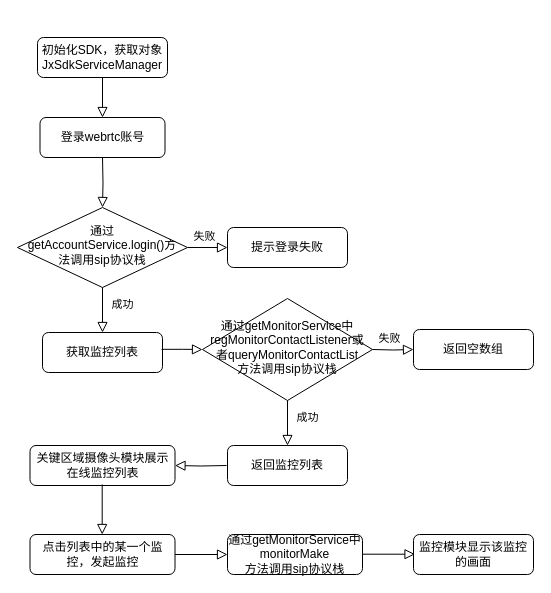
This is Untitled Diagram.drawio from MiYa-WX/vue-my, a draw.io file, before an edit. Source tidied: cells renumbered, new cells numbered last; positions are measured from the earlier drawing's top-left corner, leaving out a move shared by most shapes. Both pictures are drawn from the tidied source at 100%, with x=0, y=0 at pixel (17, 37).
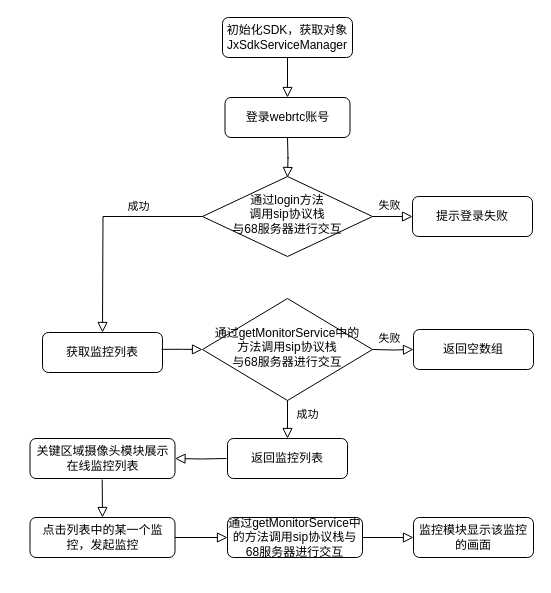
The same page after the edit.

Change to the diagram source:
```diff
@@
     <mxCell id="3" value="初始化SDK，获取对象JxSdkServiceManager" style="rounded=1;whiteSpace=wrap;html=1;fontSize=12;glass=0;strokeWidth=1;shadow=0;" parent="1" vertex="1">
-      <mxGeometry x="20" width="130" height="40" as="geometry" />
+      <mxGeometry x="205" y="-20" width="130" height="40" as="geometry" />
     </mxCell>
-    <mxCell id="4" value="成功" style="rounded=0;html=1;jettySize=auto;fontSize=11;endArrow=block;endFill=0;endSize=8;strokeWidth=1;shadow=0;labelBackgroundColor=none;edgeStyle=orthogonalEdgeStyle;entryX=0.5;entryY=0;entryDx=0;entryDy=0;exitX=0.5;exitY=1;exitDx=0;exitDy=0;" parent="1" edge="1" source="6">
-      <mxGeometry x="-0.26" y="20" relative="1" as="geometry">
+    <mxCell id="4" value="成功" style="rounded=0;html=1;jettySize=auto;fontSize=11;endArrow=block;endFill=0;endSize=8;strokeWidth=1;shadow=0;labelBackgroundColor=none;edgeStyle=orthogonalEdgeStyle;entryX=0.5;entryY=0;entryDx=0;entryDy=0;exitX=0;exitY=0.5;exitDx=0;exitDy=0;" parent="1" edge="1" source="25">
+      <mxGeometry x="-0.41" y="-10" relative="1" as="geometry">
         <mxPoint x="85" y="295" as="targetPoint" />
       </mxGeometry>
     </mxCell>
-    <mxCell id="5" value="失败" style="edgeStyle=orthogonalEdgeStyle;rounded=0;html=1;jettySize=auto;fontSize=11;endArrow=block;endFill=0;endSize=8;strokeWidth=1;shadow=0;labelBackgroundColor=none;entryX=0;entryY=0.5;entryDx=0;entryDy=0;exitX=1;exitY=0.5;exitDx=0;exitDy=0;" parent="1" edge="1" source="6" target="7">
-      <mxGeometry x="-0.16" y="11" relative="1" as="geometry" />
-    </mxCell>
-    <mxCell id="6" value="&lt;span&gt;通过&lt;/span&gt;&lt;span&gt;getAccountService.login()方法调用sip协议栈&lt;/span&gt;" style="rhombus;whiteSpace=wrap;html=1;shadow=0;fontFamily=Helvetica;fontSize=12;align=center;strokeWidth=1;spacing=6;spacingTop=-4;" parent="1" vertex="1">
-      <mxGeometry y="170" width="170" height="80" as="geometry" />
-    </mxCell>
-    <mxCell id="7" value="提示登录失败" style="rounded=1;whiteSpace=wrap;html=1;fontSize=12;glass=0;strokeWidth=1;shadow=0;" parent="1" vertex="1">
-      <mxGeometry x="210" y="190" width="120" height="40" as="geometry" />
-    </mxCell>
     <mxCell id="8" value="关键区域摄像头模块展示在线监控列表" style="rounded=1;whiteSpace=wrap;html=1;fontSize=12;glass=0;strokeWidth=1;shadow=0;" parent="1" vertex="1">
-      <mxGeometry x="12.5" y="408" width="145" height="40" as="geometry" />
+      <mxGeometry x="12.5" y="401" width="145" height="40" as="geometry" />
     </mxCell>
@@
     <mxCell id="11" value="点击列表中的某一个监控，发起监控" style="rounded=1;whiteSpace=wrap;html=1;fontSize=12;glass=0;strokeWidth=1;shadow=0;" parent="1" vertex="1">
-      <mxGeometry x="12.5" y="497" width="145" height="40" as="geometry" />
+      <mxGeometry x="12.5" y="480" width="145" height="40" as="geometry" />
     </mxCell>
     <mxCell id="12" style="rounded=0;html=1;jettySize=auto;orthogonalLoop=1;fontSize=11;endArrow=block;endFill=0;endSize=8;strokeWidth=1;shadow=0;labelBackgroundColor=none;edgeStyle=orthogonalEdgeStyle;" parent="1" edge="1">
       <mxGeometry relative="1" as="geometry">
-        <mxPoint x="84.7" y="447" as="sourcePoint" />
-        <mxPoint x="84.7" y="497" as="targetPoint" />
+        <mxPoint x="84.7" y="442" as="sourcePoint" />
+        <mxPoint x="85" y="480" as="targetPoint" />
       </mxGeometry>
     </mxCell>
     <mxCell id="13" value="监控模块显示该监控的画面" style="rounded=1;whiteSpace=wrap;html=1;fontSize=12;glass=0;strokeWidth=1;shadow=0;" parent="1" vertex="1">
-      <mxGeometry x="396" y="497" width="120" height="40" as="geometry" />
+      <mxGeometry x="396" y="480" width="120" height="40" as="geometry" />
     </mxCell>
     <mxCell id="14" style="rounded=0;html=1;jettySize=auto;fontSize=11;endArrow=block;endFill=0;endSize=8;strokeWidth=1;shadow=0;labelBackgroundColor=none;edgeStyle=orthogonalEdgeStyle;entryX=1;entryY=0.5;entryDx=0;entryDy=0;" parent="1" edge="1" target="8">
       <mxGeometry relative="1" as="geometry">
-        <mxPoint x="209" y="428" as="sourcePoint" />
+        <mxPoint x="209" y="421" as="sourcePoint" />
       </mxGeometry>
     </mxCell>
-    <mxCell id="15" value="通过getMonitorService中monitorMake&lt;br&gt;方法调用sip协议栈" style="rounded=1;whiteSpace=wrap;html=1;fontSize=12;glass=0;strokeWidth=1;shadow=0;" parent="1" vertex="1">
-      <mxGeometry x="210" y="497" width="135" height="40" as="geometry" />
+    <mxCell id="15" value="通过getMonitorService中的方法调用sip协议栈与68服务器进行交互" style="rounded=1;whiteSpace=wrap;html=1;fontSize=12;glass=0;strokeWidth=1;shadow=0;" parent="1" vertex="1">
+      <mxGeometry x="210" y="480" width="135" height="40" as="geometry" />
     </mxCell>
     <mxCell id="16" value="登录webrtc账号" style="rounded=1;whiteSpace=wrap;html=1;fontSize=12;glass=0;strokeWidth=1;shadow=0;" parent="1" vertex="1">
-      <mxGeometry x="22.5" y="80" width="125" height="40" as="geometry" />
+      <mxGeometry x="207.5" y="60" width="125" height="40" as="geometry" />
     </mxCell>
-    <mxCell id="17" style="rounded=0;html=1;jettySize=auto;fontSize=11;endArrow=block;endFill=0;endSize=8;strokeWidth=1;shadow=0;labelBackgroundColor=none;edgeStyle=orthogonalEdgeStyle;entryX=0.5;entryY=0;entryDx=0;entryDy=0;" parent="1" edge="1" target="6">
-      <mxGeometry relative="1" as="geometry">
-        <mxPoint x="85" y="120" as="sourcePoint" />
-      </mxGeometry>
-    </mxCell>
-    <mxCell id="18" value="&lt;span&gt;通过&lt;/span&gt;&lt;span&gt;getMonitorService中regMonitorContactListener或者queryMonitorContactList&lt;br&gt;方法调用sip协议栈&lt;/span&gt;" style="rhombus;html=1;shadow=0;fontFamily=Helvetica;fontSize=12;align=center;strokeWidth=1;spacing=6;spacingTop=-4;horizontal=1;whiteSpace=wrap;" parent="1" vertex="1">
+    <mxCell id="18" value="&lt;span&gt;通过&lt;/span&gt;&lt;span&gt;getMonitorService中的&lt;br&gt;方法调用sip协议栈&lt;br&gt;&lt;/span&gt;与68服务器进行交互" style="rhombus;html=1;shadow=0;fontFamily=Helvetica;fontSize=12;align=center;strokeWidth=1;spacing=6;spacingTop=-4;horizontal=1;whiteSpace=wrap;" parent="1" vertex="1">
       <mxGeometry x="185" y="261" width="170" height="102" as="geometry" />
     </mxCell>
@@
-    <mxCell id="20" value="成功" style="rounded=0;html=1;jettySize=auto;orthogonalLoop=1;fontSize=11;endArrow=block;endFill=0;endSize=8;strokeWidth=1;shadow=0;labelBackgroundColor=none;edgeStyle=orthogonalEdgeStyle;entryX=0.5;entryY=0;entryDx=0;entryDy=0;exitX=0.5;exitY=1;exitDx=0;exitDy=0;" parent="1" edge="1">
+    <mxCell id="20" value="成功" style="rounded=0;html=1;jettySize=auto;fontSize=11;endArrow=block;endFill=0;endSize=8;strokeWidth=1;shadow=0;labelBackgroundColor=none;edgeStyle=orthogonalEdgeStyle;entryX=0.5;entryY=0;entryDx=0;entryDy=0;exitX=0.5;exitY=1;exitDx=0;exitDy=0;" parent="1" edge="1" target="23">
       <mxGeometry x="-0.26" y="20" relative="1" as="geometry">
         <mxPoint x="270" y="363" as="sourcePoint" />
-        <mxPoint x="270" y="408" as="targetPoint" />
       </mxGeometry>
     </mxCell>
@@
     <mxCell id="23" value="返回监控列表" style="rounded=1;whiteSpace=wrap;html=1;fontSize=12;glass=0;strokeWidth=1;shadow=0;" parent="1" vertex="1">
-      <mxGeometry x="210" y="408" width="120" height="40" as="geometry" />
+      <mxGeometry x="210" y="401" width="120" height="40" as="geometry" />
     </mxCell>
-    <mxCell id="24" style="rounded=0;html=1;jettySize=auto;orthogonalLoop=1;fontSize=11;endArrow=block;endFill=0;endSize=8;strokeWidth=1;shadow=0;labelBackgroundColor=none;edgeStyle=orthogonalEdgeStyle;exitX=1;exitY=0.5;exitDx=0;exitDy=0;entryX=0;entryY=0.5;entryDx=0;entryDy=0;" parent="1" edge="1">
-      <mxGeometry relative="1" as="geometry">
-        <mxPoint x="345" y="516.7" as="sourcePoint" />
-        <mxPoint x="397.5" y="516.7" as="targetPoint" />
-      </mxGeometry>
+    <mxCell id="24" style="rounded=0;html=1;jettySize=auto;fontSize=11;endArrow=block;endFill=0;endSize=8;strokeWidth=1;shadow=0;labelBackgroundColor=none;edgeStyle=orthogonalEdgeStyle;exitX=1;exitY=0.5;exitDx=0;exitDy=0;entryX=0;entryY=0.5;entryDx=0;entryDy=0;" parent="1" edge="1" source="15" target="13">
+      <mxGeometry relative="1" as="geometry" />
     </mxCell>
+    <mxCell id="7" value="提示登录失败" style="rounded=1;whiteSpace=wrap;html=1;fontSize=12;glass=0;strokeWidth=1;shadow=0;" parent="1" vertex="1">
+      <mxGeometry x="395" y="159" width="120" height="40" as="geometry" />
+    </mxCell>
+    <mxCell id="5" value="失败" style="edgeStyle=orthogonalEdgeStyle;rounded=0;html=1;jettySize=auto;fontSize=11;endArrow=block;endFill=0;endSize=8;strokeWidth=1;shadow=0;labelBackgroundColor=none;entryX=0;entryY=0.5;entryDx=0;entryDy=0;exitX=1;exitY=0.5;exitDx=0;exitDy=0;" parent="1" edge="1" source="25" target="7">
+      <mxGeometry x="-0.16" y="11" relative="1" as="geometry" />
+    </mxCell>
+    <mxCell id="25" value="&lt;span&gt;通过&lt;/span&gt;&lt;span&gt;login方法&lt;br&gt;调用sip协议栈&lt;br&gt;与68服务器进行交互&lt;/span&gt;" style="rhombus;whiteSpace=wrap;html=1;shadow=0;fontFamily=Helvetica;fontSize=12;align=center;strokeWidth=1;spacing=6;spacingTop=-4;" parent="1" vertex="1">
+      <mxGeometry x="185" y="139" width="170" height="80" as="geometry" />
+    </mxCell>
+    <mxCell id="26" style="rounded=0;html=1;jettySize=auto;orthogonalLoop=1;fontSize=11;endArrow=block;endFill=0;endSize=8;strokeWidth=1;shadow=0;labelBackgroundColor=none;edgeStyle=orthogonalEdgeStyle;" parent="1" edge="1">
+      <mxGeometry relative="1" as="geometry">
+        <mxPoint x="270" y="100" as="sourcePoint" />
+        <mxPoint x="270" y="140" as="targetPoint" />
+      </mxGeometry>
+    </mxCell>
```
